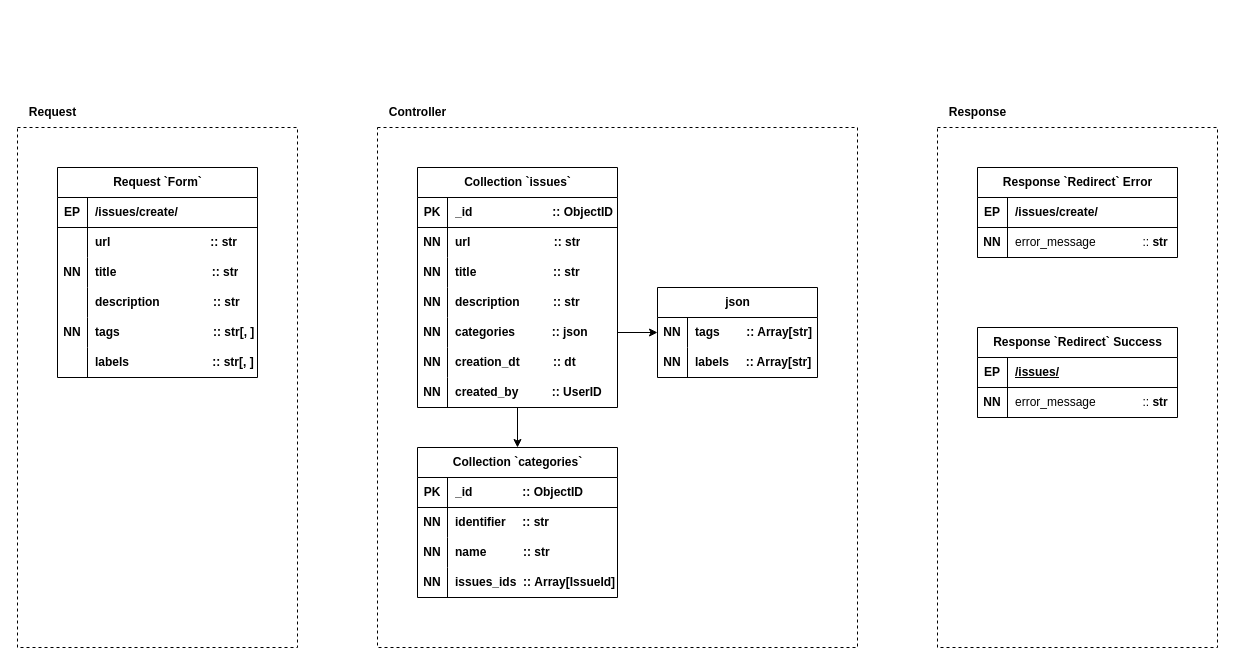
Above: page "/issues/create/post" (2 of 3) of contributors/__docs/Diagram.drawio in ames0k0/Ticket (draw.io), before the change. Source tidied: cells renumbered, new cells numbered last; positions are measured from the earlier drawing's top-left corner, leaving out a move shared by most shapes. Both pictures are drawn from the tidied source at 100%, with x=0, y=0 at pixel (17, 97).
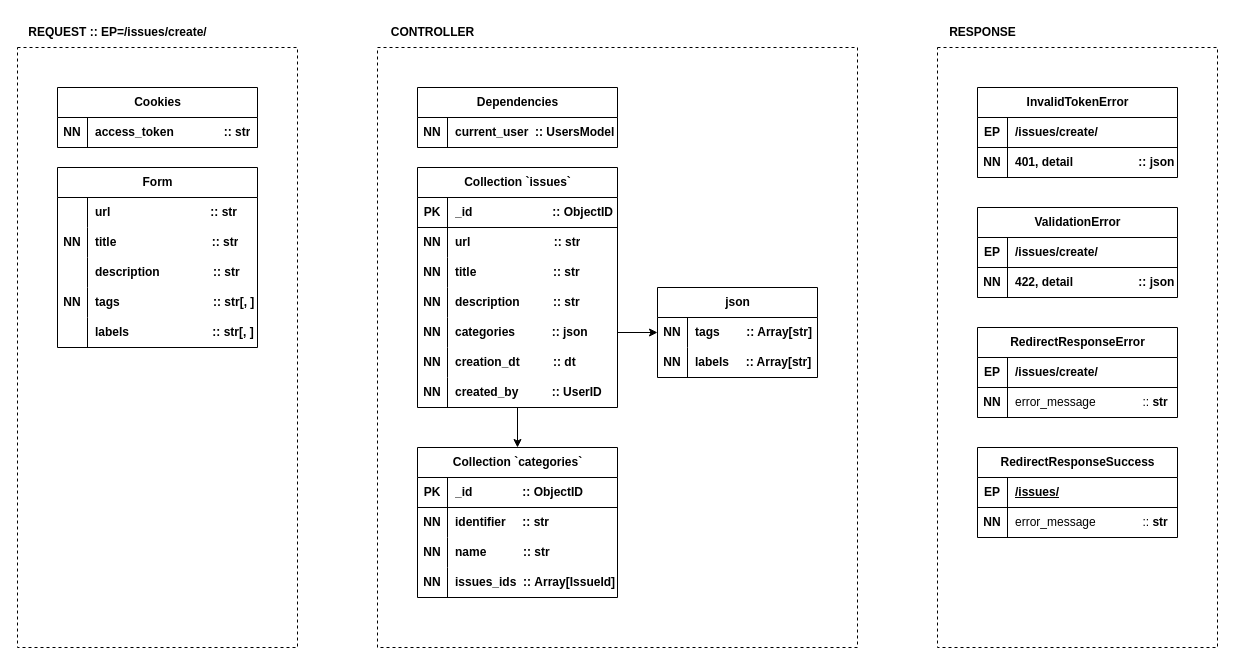
The same diagram, later.

Commit message (it also covers changes not shown here):
[ticket] Contributors: Issues::Create::POST

What changed in the source:
```diff
@@
-    <mxCell id="2" value="Request `Form`" style="shape=table;startSize=30;childLayout=tableLayout;rowLines=0;fontStyle=1;align=center;html=1;" parent="1" vertex="1">
-      <mxGeometry x="40" y="70" width="200" height="210" as="geometry" />
+    <mxCell id="2" value="Form" style="shape=table;startSize=30;childLayout=tableLayout;rowLines=0;fontStyle=1;align=center;html=1;" parent="1" vertex="1">
+      <mxGeometry x="40" y="70" width="200" height="180" as="geometry" />
     </mxCell>
-    <mxCell id="3" style="shape=tableRow;horizontal=0;startSize=0;swimlaneHead=0;swimlaneBody=0;fillColor=none;top=0;left=0;right=0;bottom=1;" parent="2" vertex="1">
-      <mxGeometry y="30" width="200" height="30" as="geometry" />
-    </mxCell>
-    <mxCell id="4" value="EP" style="shape=partialRectangle;fillColor=none;top=0;left=0;bottom=0;right=0;fontStyle=1;overflow=hidden;whiteSpace=wrap;html=1;" parent="3" vertex="1">
-      <mxGeometry width="30" height="30" as="geometry" />
-    </mxCell>
-    <mxCell id="5" value="/issues/create/" style="shape=partialRectangle;fillColor=none;top=0;left=0;bottom=0;right=0;align=left;spacingLeft=6;fontStyle=1;overflow=hidden;whiteSpace=wrap;html=1;" parent="3" vertex="1">
-      <mxGeometry x="30" width="170" height="30" as="geometry" />
-    </mxCell>
     <mxCell id="6" style="shape=tableRow;horizontal=0;startSize=0;swimlaneHead=0;swimlaneBody=0;fillColor=none;top=0;left=0;right=0;bottom=0;" parent="2" vertex="1">
-      <mxGeometry y="60" width="200" height="30" as="geometry" />
+      <mxGeometry y="30" width="200" height="30" as="geometry" />
     </mxCell>
@@
     <mxCell id="9" style="shape=tableRow;horizontal=0;startSize=0;swimlaneHead=0;swimlaneBody=0;fillColor=none;top=0;left=0;right=0;bottom=0;" parent="2" vertex="1">
-      <mxGeometry y="90" width="200" height="30" as="geometry" />
+      <mxGeometry y="60" width="200" height="30" as="geometry" />
     </mxCell>
@@
     <mxCell id="12" style="shape=tableRow;horizontal=0;startSize=0;swimlaneHead=0;swimlaneBody=0;fillColor=none;top=0;left=0;right=0;bottom=0;" parent="2" vertex="1">
-      <mxGeometry y="120" width="200" height="30" as="geometry" />
+      <mxGeometry y="90" width="200" height="30" as="geometry" />
     </mxCell>
@@
     <mxCell id="15" style="shape=tableRow;horizontal=0;startSize=0;swimlaneHead=0;swimlaneBody=0;fillColor=none;top=0;left=0;right=0;bottom=0;" parent="2" vertex="1">
-      <mxGeometry y="150" width="200" height="30" as="geometry" />
+      <mxGeometry y="120" width="200" height="30" as="geometry" />
     </mxCell>
@@
     <mxCell id="18" style="shape=tableRow;horizontal=0;startSize=0;swimlaneHead=0;swimlaneBody=0;fillColor=none;top=0;left=0;right=0;bottom=0;" parent="2" vertex="1">
-      <mxGeometry y="180" width="200" height="30" as="geometry" />
+      <mxGeometry y="150" width="200" height="30" as="geometry" />
     </mxCell>
@@
-    <mxCell id="65" value="Response `Redirect` Error" style="shape=table;startSize=30;childLayout=tableLayout;rowLines=0;fontStyle=1;align=center;html=1;" parent="1" vertex="1">
-      <mxGeometry x="960" y="70" width="200" height="90" as="geometry" />
+    <mxCell id="65" value="RedirectResponseError" style="shape=table;startSize=30;childLayout=tableLayout;rowLines=0;fontStyle=1;align=center;html=1;" parent="1" vertex="1">
+      <mxGeometry x="960" y="230" width="200" height="90" as="geometry" />
     </mxCell>
@@
-    <mxCell id="72" value="Response `Redirect` Success" style="shape=table;startSize=30;childLayout=tableLayout;rowLines=0;fontStyle=1;align=center;html=1;" parent="1" vertex="1">
-      <mxGeometry x="960" y="230" width="200" height="90" as="geometry" />
+    <mxCell id="72" value="RedirectResponseSuccess" style="shape=table;startSize=30;childLayout=tableLayout;rowLines=0;fontStyle=1;align=center;html=1;" parent="1" vertex="1">
+      <mxGeometry x="960" y="350" width="200" height="90" as="geometry" />
     </mxCell>
@@
     <mxCell id="79" style="endArrow=none;dashed=1;html=1;rounded=0;" parent="1" edge="1">
       <mxGeometry relative="1" as="geometry">
-        <mxPoint y="30" as="sourcePoint" />
-        <mxPoint y="30" as="targetPoint" />
+        <mxPoint y="-50" as="sourcePoint" />
+        <mxPoint y="-50" as="targetPoint" />
         <Array as="points">
-          <mxPoint x="280" y="30" />
+          <mxPoint x="280" y="-50" />
           <mxPoint x="280" y="550" />
           <mxPoint y="550" />
         </Array>
       </mxGeometry>
     </mxCell>
     <mxCell id="80" style="endArrow=none;dashed=1;html=1;rounded=0;" parent="1" edge="1">
       <mxGeometry relative="1" as="geometry">
-        <mxPoint x="360" y="30" as="sourcePoint" />
-        <mxPoint x="360" y="30" as="targetPoint" />
+        <mxPoint x="360" y="-50" as="sourcePoint" />
+        <mxPoint x="360" y="-50" as="targetPoint" />
         <Array as="points">
-          <mxPoint x="840" y="30" />
+          <mxPoint x="840" y="-50" />
           <mxPoint x="840" y="550" />
           <mxPoint x="360" y="550" />
         </Array>
       </mxGeometry>
     </mxCell>
-    <mxCell id="81" value="Controller" style="text;html=1;align=center;verticalAlign=middle;strokeColor=none;fillColor=none;fontStyle=1;" parent="1" vertex="1">
-      <mxGeometry x="360" width="80" height="30" as="geometry" />
-    </mxCell>
-    <mxCell id="82" value="Request" style="text;html=1;align=center;verticalAlign=middle;strokeColor=none;fillColor=none;fontStyle=1;" parent="1" vertex="1">
-      <mxGeometry width="70" height="30" as="geometry" />
+    <mxCell id="82" value="REQUEST :: EP=&lt;span style=&quot;text-align: left; text-wrap-mode: wrap;&quot;&gt;/issues/create/&lt;/span&gt;" style="text;html=1;align=center;verticalAlign=middle;strokeColor=none;fillColor=none;fontStyle=1;" parent="1" vertex="1">
+      <mxGeometry y="-80" width="200" height="30" as="geometry" />
     </mxCell>
     <mxCell id="83" style="endArrow=none;dashed=1;html=1;rounded=0;" parent="1" edge="1">
       <mxGeometry relative="1" as="geometry">
-        <mxPoint x="920" y="30" as="sourcePoint" />
-        <mxPoint x="920" y="30" as="targetPoint" />
+        <mxPoint x="920" y="-50" as="sourcePoint" />
+        <mxPoint x="920" y="-50" as="targetPoint" />
         <Array as="points">
-          <mxPoint x="1200" y="30" />
+          <mxPoint x="1200" y="-50" />
           <mxPoint x="1200" y="550" />
           <mxPoint x="920" y="550" />
         </Array>
       </mxGeometry>
     </mxCell>
-    <mxCell id="84" value="Response" style="text;html=1;align=center;verticalAlign=middle;strokeColor=none;fillColor=none;fontStyle=1;" parent="1" vertex="1">
-      <mxGeometry x="920" width="80" height="30" as="geometry" />
-    </mxCell>
+    <mxCell id="85" value="CONTROLLER" style="text;html=1;align=center;verticalAlign=middle;strokeColor=none;fillColor=none;fontStyle=1;" parent="1" vertex="1">
+      <mxGeometry x="360" y="-80" width="110" height="30" as="geometry" />
+    </mxCell>
+    <mxCell id="86" value="&lt;span style=&quot;&quot;&gt;&lt;b&gt;RESPONSE&lt;/b&gt;&lt;/span&gt;" style="text;html=1;align=center;verticalAlign=middle;strokeColor=none;fillColor=none;fontStyle=0;" parent="1" vertex="1">
+      <mxGeometry x="920" y="-80" width="90" height="30" as="geometry" />
+    </mxCell>
+    <mxCell id="87" value="Cookies" style="shape=table;startSize=30;childLayout=tableLayout;rowLines=0;fontStyle=1;align=center;html=1;" parent="1" vertex="1">
+      <mxGeometry x="40" y="-10" width="200" height="60" as="geometry" />
+    </mxCell>
+    <mxCell id="88" style="shape=tableRow;horizontal=0;startSize=0;swimlaneHead=0;swimlaneBody=0;fillColor=none;top=0;left=0;right=0;bottom=0;" parent="87" vertex="1">
+      <mxGeometry y="30" width="200" height="30" as="geometry" />
+    </mxCell>
+    <mxCell id="89" value="&lt;b&gt;NN&lt;/b&gt;" style="shape=partialRectangle;fillColor=none;top=0;left=0;bottom=0;right=0;overflow=hidden;whiteSpace=wrap;html=1;" parent="88" vertex="1">
+      <mxGeometry width="30" height="30" as="geometry" />
+    </mxCell>
+    <mxCell id="90" value="access_token&amp;nbsp; &amp;nbsp; &amp;nbsp; &amp;nbsp; &amp;nbsp; &amp;nbsp; &amp;nbsp; &amp;nbsp;:: str" style="shape=partialRectangle;fillColor=none;top=0;left=0;bottom=0;right=0;align=left;spacingLeft=6;overflow=hidden;whiteSpace=wrap;html=1;fontStyle=1;" parent="88" vertex="1">
+      <mxGeometry x="30" width="170" height="30" as="geometry" />
+    </mxCell>
+    <mxCell id="91" value="Dependencies" style="shape=table;startSize=30;childLayout=tableLayout;rowLines=0;fontStyle=1;align=center;html=1;" parent="1" vertex="1">
+      <mxGeometry x="400" y="-10" width="200" height="60" as="geometry" />
+    </mxCell>
+    <mxCell id="92" style="shape=tableRow;horizontal=0;startSize=0;swimlaneHead=0;swimlaneBody=0;fillColor=none;top=0;left=0;right=0;bottom=0;" parent="91" vertex="1">
+      <mxGeometry y="30" width="200" height="30" as="geometry" />
+    </mxCell>
+    <mxCell id="93" value="&lt;b&gt;NN&lt;/b&gt;" style="shape=partialRectangle;fillColor=none;top=0;left=0;bottom=0;right=0;overflow=hidden;whiteSpace=wrap;html=1;" parent="92" vertex="1">
+      <mxGeometry width="30" height="30" as="geometry" />
+    </mxCell>
+    <mxCell id="94" value="current_user&amp;nbsp; :: UsersModel" style="shape=partialRectangle;fillColor=none;top=0;left=0;bottom=0;right=0;align=left;spacingLeft=6;overflow=hidden;whiteSpace=wrap;html=1;fontStyle=1;" parent="92" vertex="1">
+      <mxGeometry x="30" width="170" height="30" as="geometry" />
+    </mxCell>
+    <mxCell id="95" value="InvalidTokenError" style="shape=table;startSize=30;childLayout=tableLayout;rowLines=0;fontStyle=1;align=center;html=1;" parent="1" vertex="1">
+      <mxGeometry x="960" y="-10" width="200" height="90" as="geometry" />
+    </mxCell>
+    <mxCell id="96" style="shape=tableRow;horizontal=0;startSize=0;swimlaneHead=0;swimlaneBody=0;fillColor=none;top=0;left=0;right=0;bottom=1;" parent="95" vertex="1">
+      <mxGeometry y="30" width="200" height="30" as="geometry" />
+    </mxCell>
+    <mxCell id="97" value="EP" style="shape=partialRectangle;fillColor=none;top=0;left=0;bottom=0;right=0;fontStyle=1;overflow=hidden;whiteSpace=wrap;html=1;" parent="96" vertex="1">
+      <mxGeometry width="30" height="30" as="geometry" />
+    </mxCell>
+    <mxCell id="98" value="/issues/create/" style="shape=partialRectangle;fillColor=none;top=0;left=0;bottom=0;right=0;align=left;spacingLeft=6;fontStyle=1;overflow=hidden;whiteSpace=wrap;html=1;" parent="96" vertex="1">
+      <mxGeometry x="30" width="170" height="30" as="geometry" />
+    </mxCell>
+    <mxCell id="99" style="shape=tableRow;horizontal=0;startSize=0;swimlaneHead=0;swimlaneBody=0;fillColor=none;top=0;left=0;right=0;bottom=0;" parent="95" vertex="1">
+      <mxGeometry y="60" width="200" height="30" as="geometry" />
+    </mxCell>
+    <mxCell id="100" value="&lt;b&gt;NN&lt;/b&gt;" style="shape=partialRectangle;fillColor=none;top=0;left=0;bottom=0;right=0;overflow=hidden;whiteSpace=wrap;html=1;" parent="99" vertex="1">
+      <mxGeometry width="30" height="30" as="geometry" />
+    </mxCell>
+    <mxCell id="101" value="401, detail&amp;nbsp; &amp;nbsp; &amp;nbsp; &amp;nbsp; &amp;nbsp; &amp;nbsp; &amp;nbsp; &lt;span style=&quot;white-space: pre;&quot;&gt;&#9;&lt;/span&gt;&amp;nbsp; &amp;nbsp; &amp;nbsp;:: &lt;span&gt;json&lt;/span&gt;" style="shape=partialRectangle;fillColor=none;top=0;left=0;bottom=0;right=0;align=left;spacingLeft=6;overflow=hidden;whiteSpace=wrap;html=1;fontStyle=1;" parent="99" vertex="1">
+      <mxGeometry x="30" width="170" height="30" as="geometry" />
+    </mxCell>
+    <mxCell id="102" value="ValidationError" style="shape=table;startSize=30;childLayout=tableLayout;rowLines=0;fontStyle=1;align=center;html=1;" parent="1" vertex="1">
+      <mxGeometry x="960" y="110" width="200" height="90" as="geometry" />
+    </mxCell>
+    <mxCell id="103" style="shape=tableRow;horizontal=0;startSize=0;swimlaneHead=0;swimlaneBody=0;fillColor=none;top=0;left=0;right=0;bottom=1;" parent="102" vertex="1">
+      <mxGeometry y="30" width="200" height="30" as="geometry" />
+    </mxCell>
+    <mxCell id="104" value="EP" style="shape=partialRectangle;fillColor=none;top=0;left=0;bottom=0;right=0;fontStyle=1;overflow=hidden;whiteSpace=wrap;html=1;" parent="103" vertex="1">
+      <mxGeometry width="30" height="30" as="geometry" />
+    </mxCell>
+    <mxCell id="105" value="/issues/create/" style="shape=partialRectangle;fillColor=none;top=0;left=0;bottom=0;right=0;align=left;spacingLeft=6;fontStyle=1;overflow=hidden;whiteSpace=wrap;html=1;" parent="103" vertex="1">
+      <mxGeometry x="30" width="170" height="30" as="geometry" />
+    </mxCell>
+    <mxCell id="106" style="shape=tableRow;horizontal=0;startSize=0;swimlaneHead=0;swimlaneBody=0;fillColor=none;top=0;left=0;right=0;bottom=0;" parent="102" vertex="1">
+      <mxGeometry y="60" width="200" height="30" as="geometry" />
+    </mxCell>
+    <mxCell id="107" value="&lt;b&gt;NN&lt;/b&gt;" style="shape=partialRectangle;fillColor=none;top=0;left=0;bottom=0;right=0;overflow=hidden;whiteSpace=wrap;html=1;" parent="106" vertex="1">
+      <mxGeometry width="30" height="30" as="geometry" />
+    </mxCell>
+    <mxCell id="108" value="422, detail&amp;nbsp; &amp;nbsp; &amp;nbsp; &amp;nbsp; &amp;nbsp; &amp;nbsp; &amp;nbsp;&amp;nbsp;&lt;span style=&quot;white-space: pre;&quot;&gt;&#9;&lt;/span&gt;&amp;nbsp; &amp;nbsp; &amp;nbsp;::&amp;nbsp;json" style="shape=partialRectangle;fillColor=none;top=0;left=0;bottom=0;right=0;align=left;spacingLeft=6;overflow=hidden;whiteSpace=wrap;html=1;fontStyle=1;" parent="106" vertex="1">
+      <mxGeometry x="30" width="170" height="30" as="geometry" />
+    </mxCell>
```
